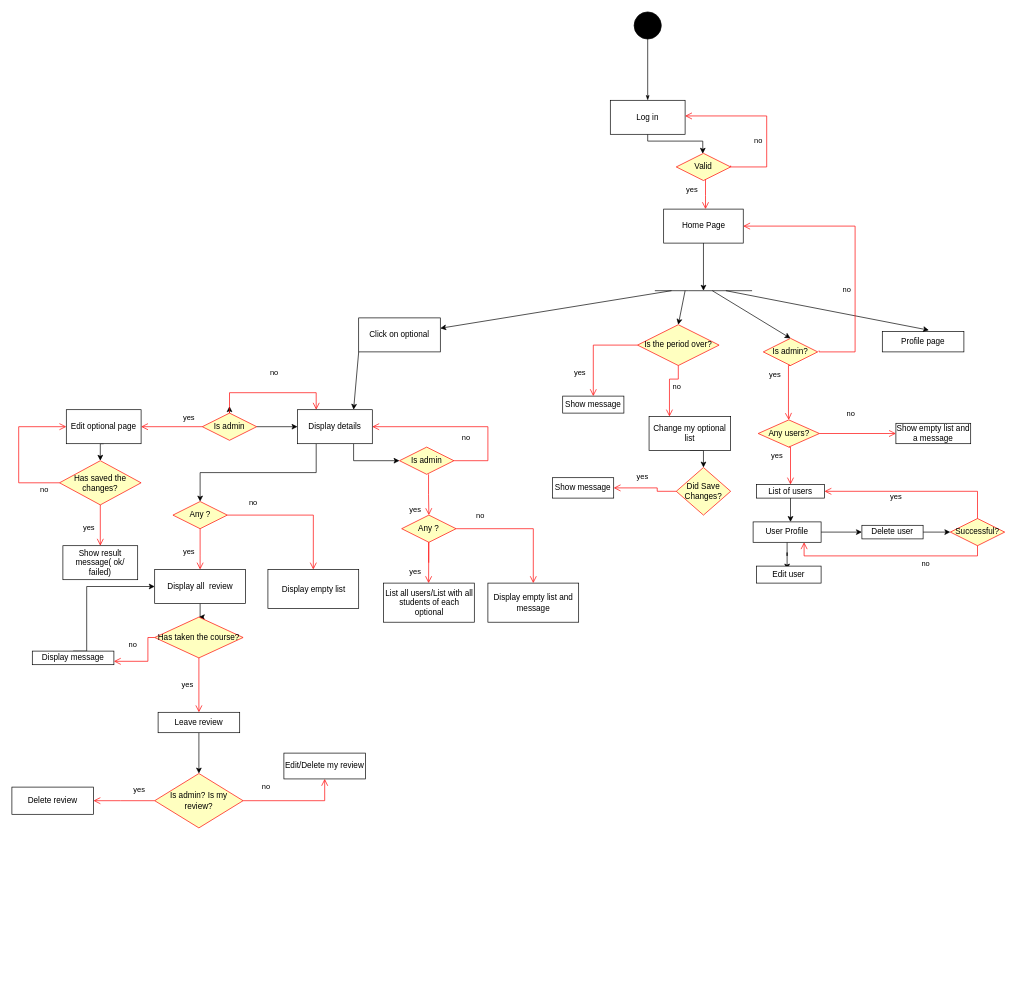
RobertaDiana/FMI-UNIBUC keeps this draw.io diagram as page "Page-5" (5 of 5) of ANUL 3 SEM I/Diagramă fără titlu.drawio. Above is the earlier version. Source tidied: cells renumbered, new cells numbered last; positions are measured from the earlier drawing's top-left corner, leaving out a move shared by most shapes. Both pictures are drawn from the tidied source at 68%, with x=0, y=0 at pixel (12, 12).
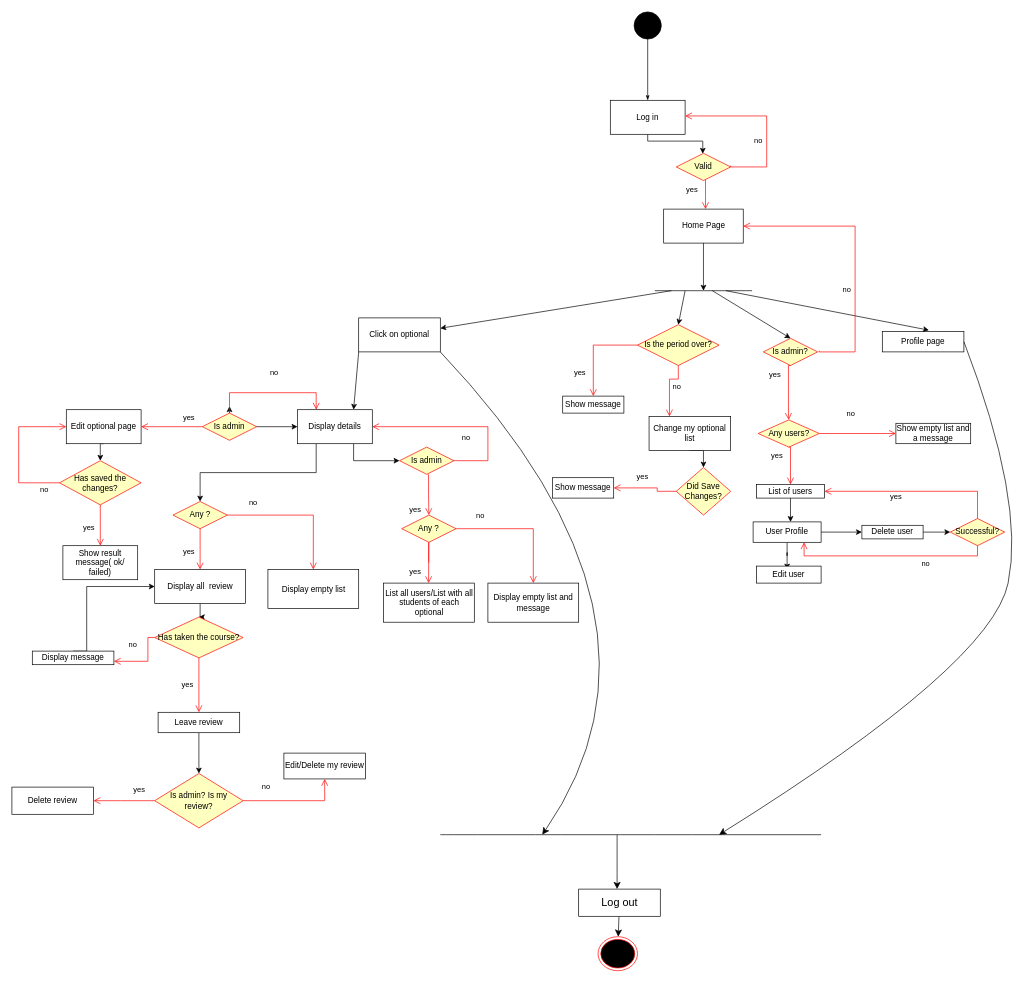
Above is the later version.

Commit message:
varianta finala is diagrama

The change refers to these unchanged cells:
```xml
<mxCell id="15" value="Click on optional" style="rounded=0;whiteSpace=wrap;html=1;" parent="1" vertex="1">
  <mxGeometry x="510" y="450" width="120" height="50" as="geometry" />
</mxCell>
<mxCell id="46" value="Profile page" style="rounded=0;whiteSpace=wrap;html=1;" parent="1" vertex="1">
  <mxGeometry x="1280" y="470" width="120" height="30" as="geometry" />
</mxCell>
```

What changed in the source:
```diff
@@
+    <mxCell id="86" style="endArrow=none;html=1;rounded=0;fontSize=12;startSize=8;endSize=8;curved=1;" parent="1" edge="1">
+      <mxGeometry relative="1" as="geometry">
+        <mxPoint x="630" y="1210" as="sourcePoint" />
+        <mxPoint x="1190" y="1210" as="targetPoint" />
+      </mxGeometry>
+    </mxCell>
+    <mxCell id="87" style="endArrow=classic;html=1;rounded=0;fontSize=12;startSize=8;endSize=8;curved=1;exitX=1;exitY=1;exitDx=0;exitDy=0;" parent="1" edge="1" source="15">
+      <mxGeometry relative="1" as="geometry">
+        <mxPoint x="780" y="1210" as="targetPoint" />
+        <Array as="points">
+          <mxPoint x="1000" y="890" />
+        </Array>
+      </mxGeometry>
+    </mxCell>
+    <mxCell id="88" style="endArrow=classic;html=1;rounded=0;fontSize=12;startSize=8;endSize=8;curved=1;exitX=1;exitY=0.5;exitDx=0;exitDy=0;" parent="1" edge="1" source="46">
+      <mxGeometry relative="1" as="geometry">
+        <mxPoint x="1040" y="1210" as="targetPoint" />
+        <Array as="points">
+          <mxPoint x="1490" y="720" />
+          <mxPoint x="1440" y="960" />
+        </Array>
+      </mxGeometry>
+    </mxCell>
+    <mxCell id="89" style="endArrow=classic;html=1;rounded=0;fontSize=12;startSize=8;endSize=8;curved=1;" parent="1" edge="1">
+      <mxGeometry relative="1" as="geometry">
+        <mxPoint x="890" y="1210" as="sourcePoint" />
+        <mxPoint x="890" y="1290" as="targetPoint" />
+      </mxGeometry>
+    </mxCell>
+    <mxCell id="90" style="edgeStyle=none;curved=1;rounded=0;jettySize=auto;html=1;fontSize=12;startSize=8;endSize=8;" parent="1" edge="1" source="91" target="92">
+      <mxGeometry relative="1" as="geometry" />
+    </mxCell>
+    <mxCell id="91" value="Log out" style="rounded=0;whiteSpace=wrap;html=1;fontSize=16;" parent="1" vertex="1">
+      <mxGeometry x="833.5" y="1290" width="120" height="40" as="geometry" />
+    </mxCell>
+    <mxCell id="92" style="ellipse;html=1;shape=endState;fillColor=#000000;strokeColor=#ff0000;fontSize=16;" parent="1" vertex="1">
+      <mxGeometry x="862" y="1360" width="58" height="50" as="geometry" />
+    </mxCell>
```
